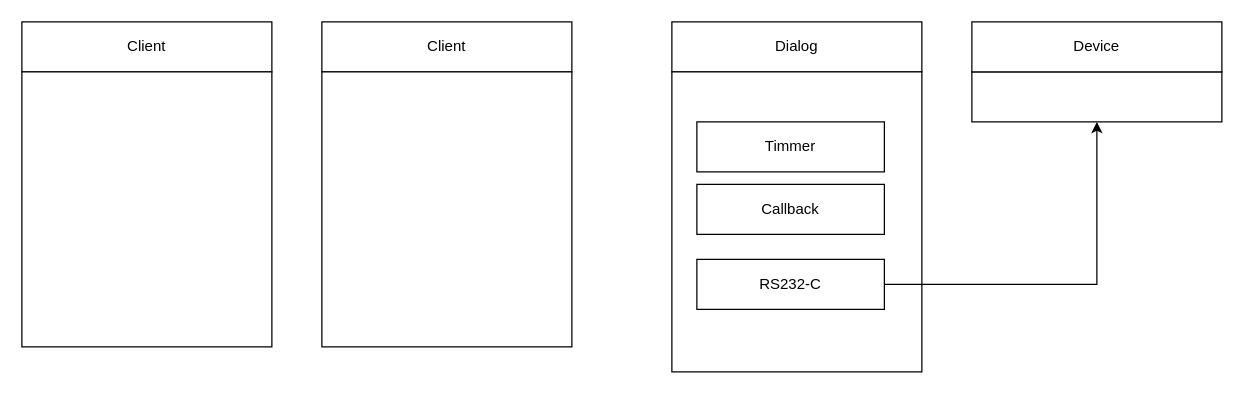
Above: 제목 없는 다이어그램.drawio in climcity/design (draw.io), before the change. Source tidied: cells renumbered, new cells numbered last; positions are measured from the earlier drawing's top-left corner, leaving out a move shared by most shapes. Both pictures are drawn from the tidied source at 125%, with x=0, y=0 at pixel (21, 21).
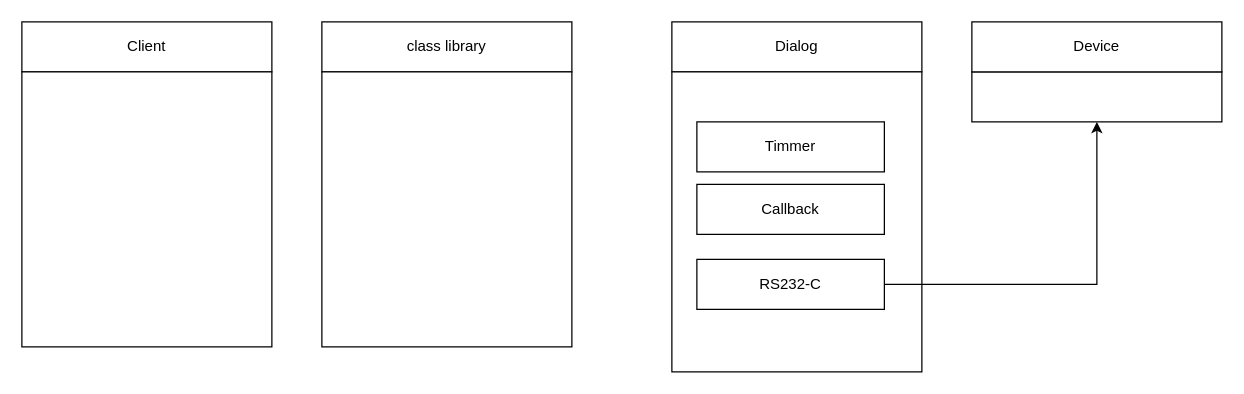
After the change.

Change to the diagram source:
```diff
@@
 <mxGraphModel>
   <root>
     <mxCell id="0" />
     <mxCell id="1" parent="0" />
     <mxCell id="2" value="Dialog" style="rounded=0;whiteSpace=wrap;html=1;" parent="1" vertex="1">
       <mxGeometry x="520" width="200" height="40" as="geometry" />
     </mxCell>
     <mxCell id="3" style="rounded=0;whiteSpace=wrap;html=1;" parent="1" vertex="1">
       <mxGeometry x="520" y="40" width="200" height="240" as="geometry" />
     </mxCell>
     <mxCell id="4" value="Timmer" style="rounded=0;whiteSpace=wrap;html=1;" parent="1" vertex="1">
       <mxGeometry x="540" y="80" width="150" height="40" as="geometry" />
     </mxCell>
     <mxCell id="5" value="Callback" style="rounded=0;whiteSpace=wrap;html=1;" parent="1" vertex="1">
       <mxGeometry x="540" y="130" width="150" height="40" as="geometry" />
     </mxCell>
     <mxCell id="6" style="rounded=0;whiteSpace=wrap;html=1;" parent="1" vertex="1">
       <mxGeometry x="760" y="40" width="200" height="40" as="geometry" />
     </mxCell>
     <mxCell id="7" style="edgeStyle=orthogonalEdgeStyle;rounded=0;jettySize=auto;html=1;entryX=0.5;entryY=1;entryDx=0;entryDy=0;" parent="1" edge="1" source="8" target="6">
       <mxGeometry relative="1" as="geometry" />
     </mxCell>
     <mxCell id="8" value="RS232-C" style="rounded=0;whiteSpace=wrap;html=1;" parent="1" vertex="1">
       <mxGeometry x="540" y="190" width="150" height="40" as="geometry" />
     </mxCell>
     <mxCell id="9" value="Device" style="rounded=0;whiteSpace=wrap;html=1;" parent="1" vertex="1">
       <mxGeometry x="760" width="200" height="40" as="geometry" />
     </mxCell>
     <mxCell id="10" value="Client" style="rounded=0;whiteSpace=wrap;html=1;" parent="1" vertex="1">
       <mxGeometry width="200" height="40" as="geometry" />
     </mxCell>
     <mxCell id="11" style="rounded=0;whiteSpace=wrap;html=1;" parent="1" vertex="1">
       <mxGeometry y="40" width="200" height="220" as="geometry" />
     </mxCell>
-    <mxCell id="12" value="Client" style="rounded=0;whiteSpace=wrap;html=1;" parent="1" vertex="1">
+    <mxCell id="12" value="class library" style="rounded=0;whiteSpace=wrap;html=1;" parent="1" vertex="1">
       <mxGeometry x="240" width="200" height="40" as="geometry" />
     </mxCell>
     <mxCell id="13" style="rounded=0;whiteSpace=wrap;html=1;" parent="1" vertex="1">
       <mxGeometry x="240" y="40" width="200" height="220" as="geometry" />
     </mxCell>
   </root>
 </mxGraphModel>
```
